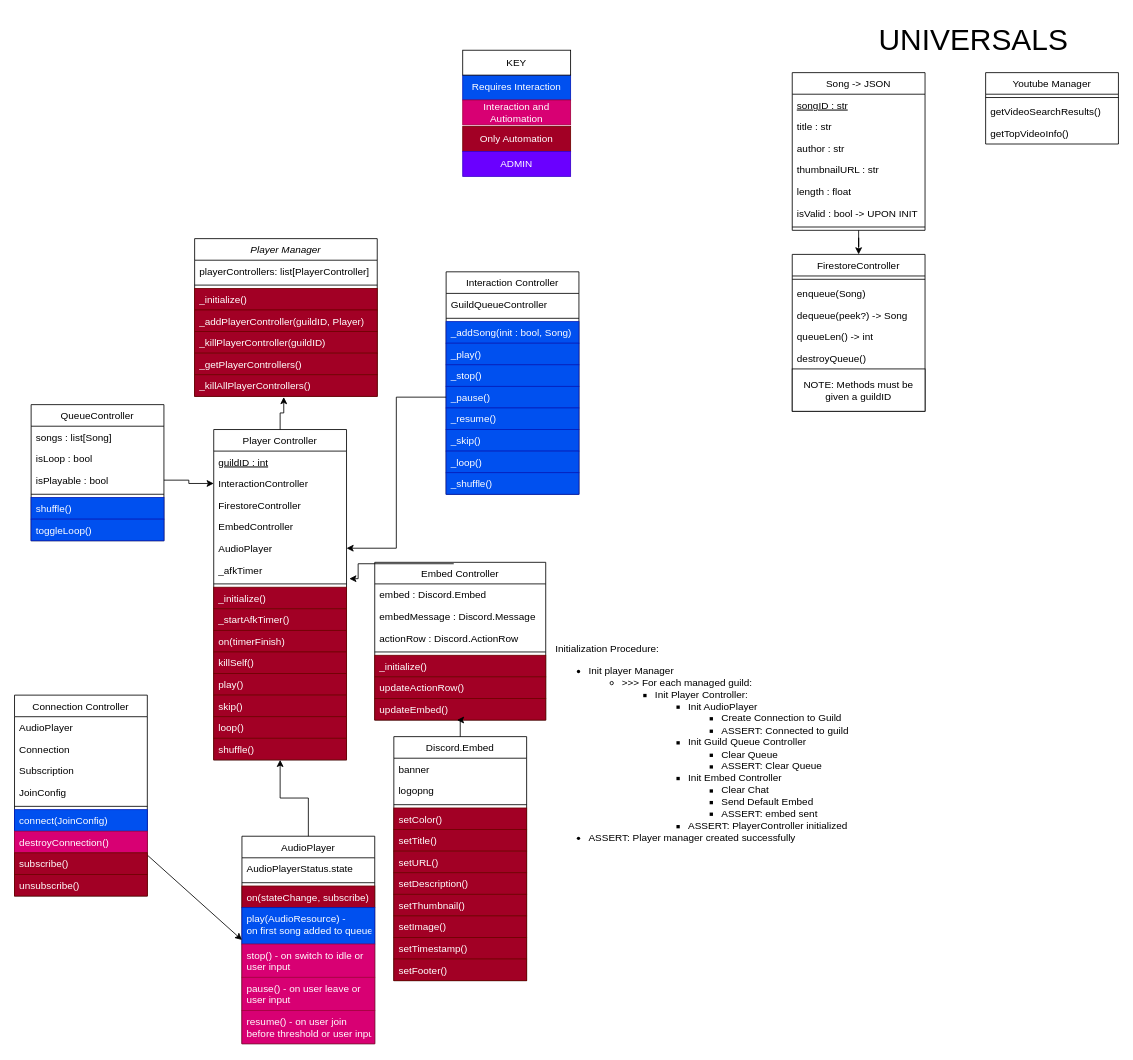
Before: planning/draw.io/Player_Controller_Class_Diagram.drawio in LukeLeimbach/music-discord-bot, a draw.io diagram. Source tidied: cells renumbered, new cells numbered last; positions are measured from the earlier drawing's top-left corner, leaving out a move shared by most shapes. Both pictures are drawn from the tidied source at 83%, with x=0, y=0 at pixel (14, 14).
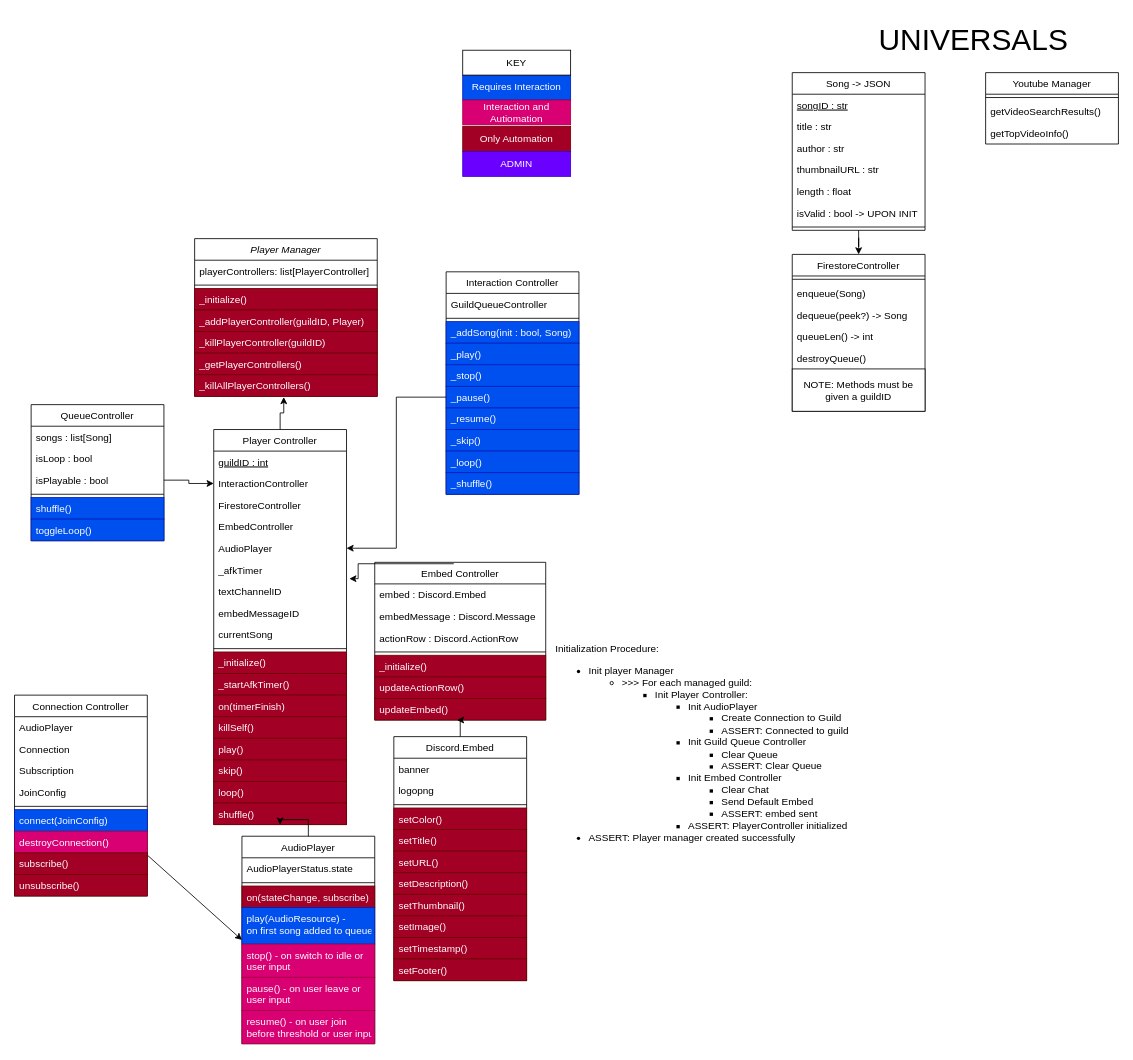
The same diagram, later.

Commit message (it also covers changes not shown here):
Update Class diagram

Change to the diagram source:
```diff
@@
     <mxCell id="18" value="Player Controller" style="swimlane;fontStyle=0;align=center;verticalAlign=top;horizontal=1;startSize=26;rounded=0;shadow=0;strokeWidth=1;" parent="1" vertex="1">
-      <mxGeometry x="240" y="500" width="160" height="398" as="geometry" />
+      <mxGeometry x="240" y="500" width="160" height="476" as="geometry" />
     </mxCell>
@@
+    <mxCell id="116" value="textChannelID" style="text;align=left;verticalAlign=top;spacingLeft=4;spacingRight=4;overflow=hidden;rounded=0;shadow=0;html=0;" parent="18" vertex="1">
+      <mxGeometry y="182" width="160" height="26" as="geometry" />
+    </mxCell>
+    <mxCell id="117" value="embedMessageID" style="text;align=left;verticalAlign=top;spacingLeft=4;spacingRight=4;overflow=hidden;rounded=0;shadow=0;html=0;" parent="18" vertex="1">
+      <mxGeometry y="208" width="160" height="26" as="geometry" />
+    </mxCell>
+    <mxCell id="118" value="currentSong&#10;" style="text;align=left;verticalAlign=top;spacingLeft=4;spacingRight=4;overflow=hidden;rounded=0;shadow=0;html=0;" parent="18" vertex="1">
+      <mxGeometry y="234" width="160" height="26" as="geometry" />
+    </mxCell>
     <mxCell id="25" style="line;html=1;strokeWidth=1;align=left;verticalAlign=middle;spacingTop=-1;spacingLeft=3;spacingRight=3;labelPosition=right;" parent="18" vertex="1">
-      <mxGeometry y="182" width="160" height="8" as="geometry" />
+      <mxGeometry y="260" width="160" height="8" as="geometry" />
     </mxCell>
     <mxCell id="26" value="_initialize()" style="text;align=left;verticalAlign=top;spacingLeft=4;spacingRight=4;overflow=hidden;rounded=0;shadow=0;html=0;fillColor=#a20025;fontColor=#ffffff;strokeColor=#6F0000;" parent="18" vertex="1">
-      <mxGeometry y="190" width="160" height="26" as="geometry" />
+      <mxGeometry y="268" width="160" height="26" as="geometry" />
     </mxCell>
     <mxCell id="27" value="_startAfkTimer()" style="text;align=left;verticalAlign=top;spacingLeft=4;spacingRight=4;overflow=hidden;rounded=0;shadow=0;html=0;fillColor=#a20025;fontColor=#ffffff;strokeColor=#6F0000;" parent="18" vertex="1">
-      <mxGeometry y="216" width="160" height="26" as="geometry" />
+      <mxGeometry y="294" width="160" height="26" as="geometry" />
     </mxCell>
     <mxCell id="28" value="on(timerFinish)" style="text;align=left;verticalAlign=top;spacingLeft=4;spacingRight=4;overflow=hidden;rounded=0;shadow=0;html=0;fillColor=#a20025;fontColor=#ffffff;strokeColor=#6F0000;" parent="18" vertex="1">
-      <mxGeometry y="242" width="160" height="26" as="geometry" />
+      <mxGeometry y="320" width="160" height="26" as="geometry" />
     </mxCell>
     <mxCell id="29" value="killSelf()" style="text;align=left;verticalAlign=top;spacingLeft=4;spacingRight=4;overflow=hidden;rounded=0;shadow=0;html=0;fillColor=#a20025;fontColor=#ffffff;strokeColor=#6F0000;" parent="18" vertex="1">
-      <mxGeometry y="268" width="160" height="26" as="geometry" />
+      <mxGeometry y="346" width="160" height="26" as="geometry" />
     </mxCell>
     <mxCell id="30" value="play()" style="text;align=left;verticalAlign=top;spacingLeft=4;spacingRight=4;overflow=hidden;rounded=0;shadow=0;html=0;fillColor=#a20025;fontColor=#ffffff;strokeColor=#6F0000;" parent="18" vertex="1">
-      <mxGeometry y="294" width="160" height="26" as="geometry" />
+      <mxGeometry y="372" width="160" height="26" as="geometry" />
     </mxCell>
     <mxCell id="31" value="skip()" style="text;align=left;verticalAlign=top;spacingLeft=4;spacingRight=4;overflow=hidden;rounded=0;shadow=0;html=0;fillColor=#a20025;fontColor=#ffffff;strokeColor=#6F0000;" parent="18" vertex="1">
-      <mxGeometry y="320" width="160" height="26" as="geometry" />
+      <mxGeometry y="398" width="160" height="26" as="geometry" />
     </mxCell>
     <mxCell id="32" value="loop()" style="text;align=left;verticalAlign=top;spacingLeft=4;spacingRight=4;overflow=hidden;rounded=0;shadow=0;html=0;fillColor=#a20025;fontColor=#ffffff;strokeColor=#6F0000;" parent="18" vertex="1">
-      <mxGeometry y="346" width="160" height="26" as="geometry" />
+      <mxGeometry y="424" width="160" height="26" as="geometry" />
     </mxCell>
     <mxCell id="33" value="shuffle()" style="text;align=left;verticalAlign=top;spacingLeft=4;spacingRight=4;overflow=hidden;rounded=0;shadow=0;html=0;fillColor=#a20025;fontColor=#ffffff;strokeColor=#6F0000;" parent="18" vertex="1">
-      <mxGeometry y="372" width="160" height="26" as="geometry" />
+      <mxGeometry y="450" width="160" height="26" as="geometry" />
     </mxCell>
```
